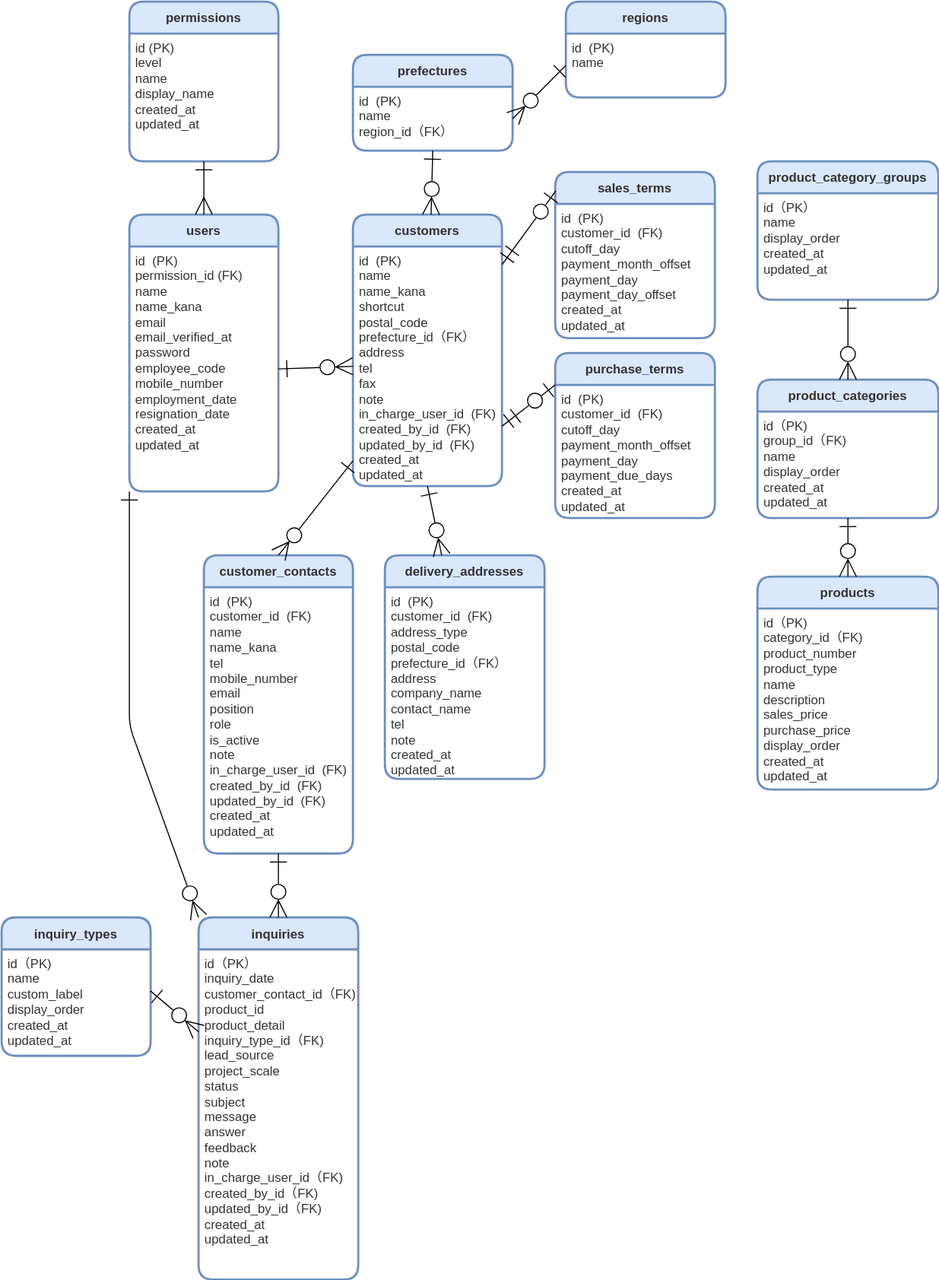
Earlier version of the draw.io export src/docs/ER.drawio.svg (ryo-tom/flagship). Source tidied: cells renumbered, new cells last; positions are measured from the earlier drawing's top-left corner, leaving out a move shared by most shapes.
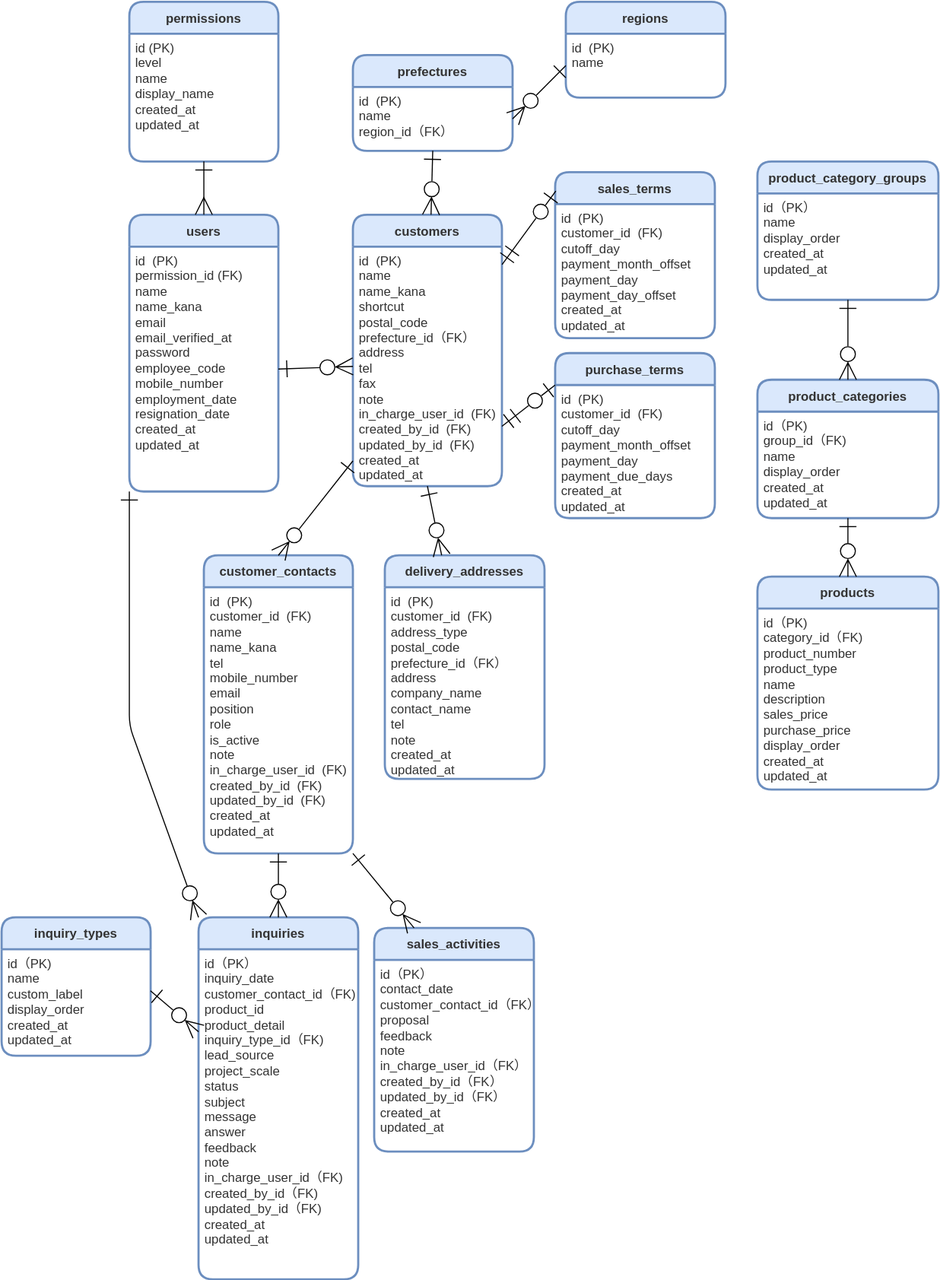
The same file after the commit.

What changed in the source:
```diff
@@ -129,5 +129,14 @@
     <mxCell id="42" style="edgeStyle=none;shape=connector;rounded=1;jumpStyle=none;jumpSize=6;html=1;exitX=0.5;exitY=1;exitDx=0;exitDy=0;shadow=0;labelBackgroundColor=default;strokeColor=default;fontFamily=Helvetica;fontSize=12;fontColor=default;startArrow=ERone;startFill=0;endArrow=ERzeroToMany;endFill=0;startSize=14;endSize=14;targetPerimeterSpacing=0;strokeWidth=1;verticalAlign=top;" parent="1" edge="1" source="40" target="7">
       <mxGeometry relative="1" as="geometry" />
     </mxCell>
+    <mxCell id="43" value="sales_activities" style="swimlane;horizontal=1;startSize=30;rounded=1;fontSize=12;fontStyle=1;strokeWidth=2;shadow=0;dashed=0;align=center;fillColor=#dae8fc;strokeColor=#6c8ebf;fontColor=#333333;labelBackgroundColor=none;gradientColor=none;swimlaneFillColor=#FFFFFF;verticalAlign=middle;" parent="1" vertex="1">
+      <mxGeometry x="350" y="870" width="150" height="210" as="geometry" />
+    </mxCell>
+    <mxCell id="44" value="&lt;div&gt;id（PK）&lt;/div&gt;&lt;div&gt;contact_date&lt;/div&gt;&lt;div&gt;customer_contact_id（FK）&lt;/div&gt;&lt;div&gt;proposal&lt;/div&gt;&lt;div&gt;feedback&lt;/div&gt;&lt;div&gt;note&lt;/div&gt;&lt;div&gt;in_charge_user_id（FK）&lt;/div&gt;&lt;div&gt;created_by_id（FK）&lt;/div&gt;&lt;div&gt;updated_by_id（FK）&lt;/div&gt;&lt;div&gt;created_at&lt;/div&gt;&lt;div&gt;updated_at&lt;/div&gt;" style="align=left;strokeColor=none;fillColor=none;spacingLeft=4;fontSize=12;verticalAlign=top;fontColor=#333333;html=1;" parent="43" vertex="1">
+      <mxGeometry y="30" width="150" height="180" as="geometry" />
+    </mxCell>
+    <mxCell id="45" style="edgeStyle=none;shape=connector;rounded=1;jumpStyle=none;jumpSize=6;html=1;shadow=0;labelBackgroundColor=default;strokeColor=default;fontFamily=Helvetica;fontSize=12;fontColor=default;startArrow=ERone;startFill=0;endArrow=ERzeroToMany;endFill=0;startSize=14;endSize=14;targetPerimeterSpacing=0;verticalAlign=top;exitX=1;exitY=1;exitDx=0;exitDy=0;entryX=0.25;entryY=0;entryDx=0;entryDy=0;" parent="1" edge="1" source="11" target="43">
+      <mxGeometry relative="1" as="geometry" />
+    </mxCell>
   </root>
 </mxGraphModel>
```
